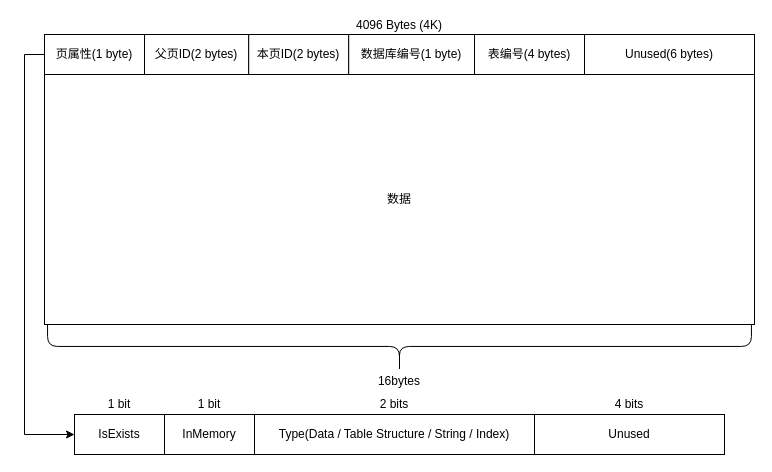
Above: docs/draw.io/文件页编码.drawio in caoaolong/csdb-teach (draw.io), before the change. Source tidied: cells renumbered, new cells numbered last; positions are measured from the earlier drawing's top-left corner, leaving out a move shared by most shapes. Both pictures are drawn from the tidied source at 100%, with x=0, y=0 at pixel (24, -6).
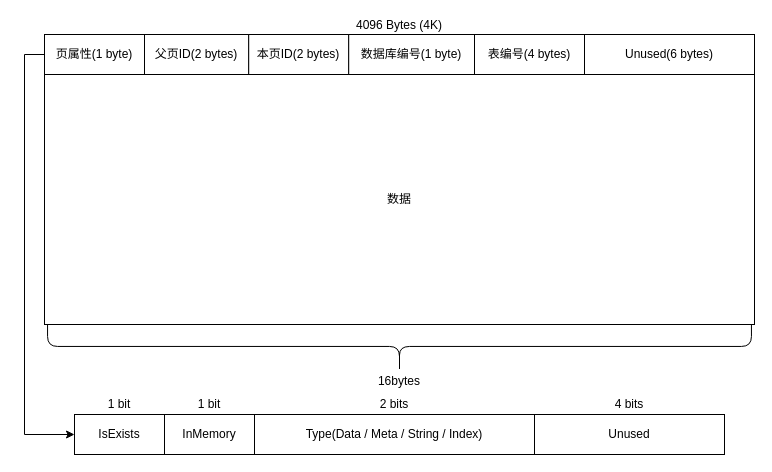
After the change.

Unchanged cells that the change refers to:
```xml
<mxCell id="10" style="group;" parent="1" vertex="1">
  <mxGeometry x="50" y="400" width="650" height="60" as="geometry" />
</mxCell>
```

What changed in the source:
```diff
@@
-    <mxCell id="13" value="Type(Data / Table Structure / String / Index)" style="rounded=0;whiteSpace=wrap;html=1;" parent="10" vertex="1">
+    <mxCell id="13" value="Type(Data / Meta / String / Index)" style="rounded=0;whiteSpace=wrap;html=1;" parent="10" vertex="1">
       <mxGeometry x="180" y="20" width="280" height="40" as="geometry" />
     </mxCell>
```
